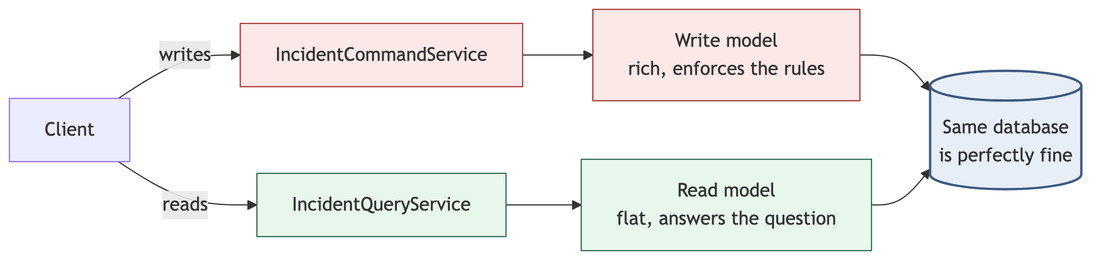
Before: assets/article_images/2026-08-21-from-cqrs-to-event-driven-architecture/02-cqrs.png, a diagram exported from Mermaid (maldins46/comepaolo-blog-v2). Its source is kept beside it as assets/article_images/2026-08-21-from-cqrs-to-event-driven-architecture/02-cqrs.mmd.
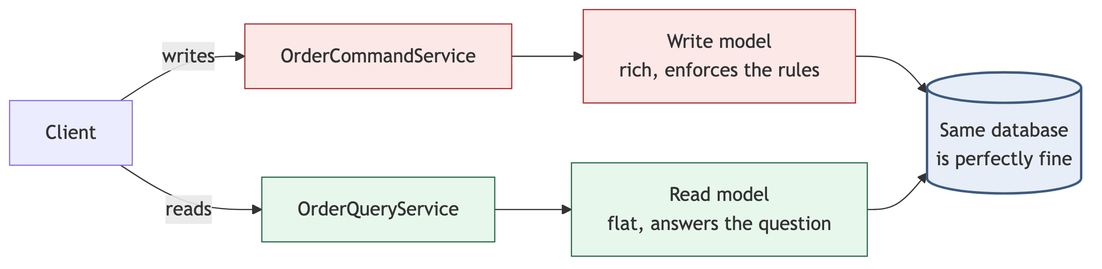
The same file after the commit.

The edit, as a diff of the source:
```diff
@@ -1,7 +1,7 @@
 flowchart LR
   C["Client"]
-  C -->|writes| CS["IncidentCommandService"]
-  C -->|reads| QS["IncidentQueryService"]
+  C -->|writes| CS["OrderCommandService"]
+  C -->|reads| QS["OrderQueryService"]
   CS --> WM["Write model<br/>rich, enforces the rules"]
   QS --> RM["Read model<br/>flat, answers the question"]
   WM --> DB[("Same database<br/>is perfectly fine")]
```
